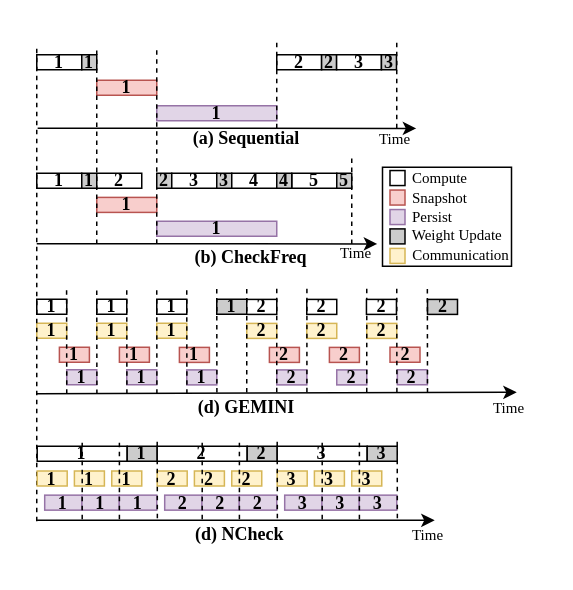
The draw.io diagram fig/pipeline_mot_new.drawio in icszhr/NCheck, before the edit. Source tidied: cells renumbered, new cells numbered last; positions are measured from the earlier drawing's top-left corner, leaving out a move shared by most shapes. Both pictures are drawn from the tidied source at 150%, with x=0, y=0 at pixel (36, 40).
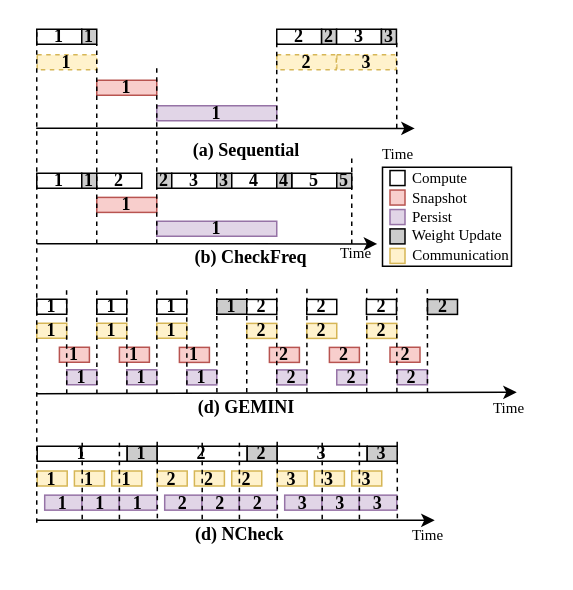
The same diagram, later.

Diff of the diagram source:
```diff
@@
+    <mxCell id="122" value="3" style="whiteSpace=wrap;fillColor=#fff2cc;fontSize=12;fontFamily=Times New Roman;fontStyle=1;spacing=0;strokeColor=#d6b656;dashed=1;" parent="1" vertex="1">
+      <mxGeometry x="200" y="9" width="39.7" height="10" as="geometry" />
+    </mxCell>
+    <mxCell id="123" value="2" style="whiteSpace=wrap;fillColor=#fff2cc;fontSize=12;fontFamily=Times New Roman;fontStyle=1;spacing=0;strokeColor=#d6b656;dashed=1;" parent="1" vertex="1">
+      <mxGeometry x="160" y="9" width="39.7" height="10" as="geometry" />
+    </mxCell>
@@
     <mxCell id="5" value="1" style="whiteSpace=wrap;fontFamily=Times New Roman;fontSize=12;fontStyle=1;labelPosition=center;verticalLabelPosition=middle;align=center;verticalAlign=middle;spacing=0;" parent="1" vertex="1">
-      <mxGeometry y="9" width="30" height="10" as="geometry" />
+      <mxGeometry y="-8" width="30" height="10" as="geometry" />
     </mxCell>
@@
     <mxCell id="16" value="1" style="whiteSpace=wrap;fontFamily=Times New Roman;fontSize=12;fontStyle=1;labelPosition=center;verticalLabelPosition=middle;align=center;verticalAlign=middle;spacing=0;fillColor=#CCCCCC;" parent="1" vertex="1">
-      <mxGeometry x="30" y="9" width="10" height="10" as="geometry" />
+      <mxGeometry x="30" y="-8" width="10" height="10" as="geometry" />
     </mxCell>
     <mxCell id="17" value="&lt;b&gt;(a) Sequential&lt;/b&gt;" style="text;html=1;align=center;verticalAlign=middle;whiteSpace=wrap;rounded=0;fontFamily=Times New Roman;fontSize=12;fontStyle=0;labelPosition=center;verticalLabelPosition=middle;spacing=0;" parent="1" vertex="1">
-      <mxGeometry x="86.8" y="50" width="106.3" height="30" as="geometry" />
+      <mxGeometry x="86.8" y="58" width="106.3" height="30" as="geometry" />
     </mxCell>
@@
     <mxCell id="34" style="endArrow=classic;html=1;rounded=0;" parent="1" edge="1">
       <mxGeometry relative="1" as="geometry">
-        <mxPoint x="0.6" y="58" as="sourcePoint" />
-        <mxPoint x="253" y="58.1" as="targetPoint" />
+        <mxPoint x="-0.4" y="58" as="sourcePoint" />
+        <mxPoint x="252" y="58.1" as="targetPoint" />
       </mxGeometry>
     </mxCell>
     <mxCell id="35" value="&lt;p style=&quot;line-height: 100%;&quot;&gt;&lt;font style=&quot;font-size: 10px;&quot;&gt;Time&lt;/font&gt;&lt;/p&gt;" style="text;html=1;align=center;verticalAlign=middle;whiteSpace=wrap;rounded=0;fontFamily=Times New Roman;" parent="1" vertex="1">
-      <mxGeometry x="214" y="60" width="50" height="10" as="geometry" />
+      <mxGeometry x="215.5" y="70" width="50" height="10" as="geometry" />
     </mxCell>
-    <mxCell id="36" style="endArrow=none;html=1;rounded=0;dashed=1;" parent="1" edge="1">
-      <mxGeometry relative="1" as="geometry">
-        <mxPoint x="40" y="135.1" as="sourcePoint" />
-        <mxPoint x="40" y="5" as="targetPoint" />
-      </mxGeometry>
-    </mxCell>
     <mxCell id="37" style="endArrow=none;html=1;rounded=0;dashed=1;" parent="1" edge="1">
       <mxGeometry relative="1" as="geometry">
         <mxPoint x="80" y="135" as="sourcePoint" />
-        <mxPoint x="80" y="4.9" as="targetPoint" />
+        <mxPoint x="80" y="17" as="targetPoint" />
       </mxGeometry>
     </mxCell>
@@
     <mxCell id="48" value="2" style="whiteSpace=wrap;fontFamily=Times New Roman;fontSize=12;fontStyle=1;labelPosition=center;verticalLabelPosition=middle;align=center;verticalAlign=middle;spacing=0;" parent="1" vertex="1">
-      <mxGeometry x="160" y="9" width="29.9" height="10" as="geometry" />
+      <mxGeometry x="160" y="-8" width="29.9" height="10" as="geometry" />
     </mxCell>
     <mxCell id="49" value="2" style="whiteSpace=wrap;fontFamily=Times New Roman;fontSize=12;fontStyle=1;labelPosition=center;verticalLabelPosition=middle;align=center;verticalAlign=middle;spacing=0;fillColor=#CCCCCC;" parent="1" vertex="1">
-      <mxGeometry x="189.9" y="9" width="10" height="10" as="geometry" />
+      <mxGeometry x="189.9" y="-8" width="10" height="10" as="geometry" />
     </mxCell>
     <mxCell id="50" value="3" style="whiteSpace=wrap;fontFamily=Times New Roman;fontSize=12;fontStyle=1;labelPosition=center;verticalLabelPosition=middle;align=center;verticalAlign=middle;spacing=0;" parent="1" vertex="1">
-      <mxGeometry x="199.9" y="9" width="29.9" height="10" as="geometry" />
+      <mxGeometry x="199.9" y="-8" width="29.9" height="10" as="geometry" />
     </mxCell>
     <mxCell id="51" value="3" style="whiteSpace=wrap;fontFamily=Times New Roman;fontSize=12;fontStyle=1;labelPosition=center;verticalLabelPosition=middle;align=center;verticalAlign=middle;spacing=0;fillColor=#CCCCCC;" parent="1" vertex="1">
-      <mxGeometry x="229.8" y="9" width="10" height="10" as="geometry" />
+      <mxGeometry x="229.8" y="-8" width="10" height="10" as="geometry" />
     </mxCell>
@@
-    <mxCell id="56" style="endArrow=none;html=1;rounded=0;dashed=1;" parent="1" edge="1">
-      <mxGeometry relative="1" as="geometry">
-        <mxPoint y="320" as="sourcePoint" />
-        <mxPoint y="3" as="targetPoint" />
-      </mxGeometry>
-    </mxCell>
@@
     <mxCell id="93" value="&lt;p style=&quot;line-height: 100%;&quot;&gt;&lt;font style=&quot;font-size: 10px;&quot;&gt;Time&lt;/font&gt;&lt;/p&gt;" style="text;html=1;align=center;verticalAlign=middle;whiteSpace=wrap;rounded=0;fontFamily=Times New Roman;" parent="1" vertex="1">
-      <mxGeometry x="235.8" y="324.3" width="50" height="10" as="geometry" />
+      <mxGeometry x="235.5" y="324.3" width="50" height="10" as="geometry" />
     </mxCell>
@@
+    <mxCell id="124" value="1" style="whiteSpace=wrap;fillColor=#fff2cc;fontSize=12;fontFamily=Times New Roman;fontStyle=1;spacing=0;strokeColor=#d6b656;dashed=1;" parent="1" vertex="1">
+      <mxGeometry x="0.3" y="9" width="39.7" height="10" as="geometry" />
+    </mxCell>
+    <mxCell id="56" style="endArrow=none;html=1;rounded=0;dashed=1;" parent="1" edge="1">
+      <mxGeometry relative="1" as="geometry">
+        <mxPoint y="321" as="sourcePoint" />
+        <mxPoint y="-7" as="targetPoint" />
+      </mxGeometry>
+    </mxCell>
+    <mxCell id="36" style="endArrow=none;html=1;rounded=0;dashed=1;" parent="1" edge="1">
+      <mxGeometry relative="1" as="geometry">
+        <mxPoint x="40" y="135.1" as="sourcePoint" />
+        <mxPoint x="40" y="2" as="targetPoint" />
+      </mxGeometry>
+    </mxCell>
```
